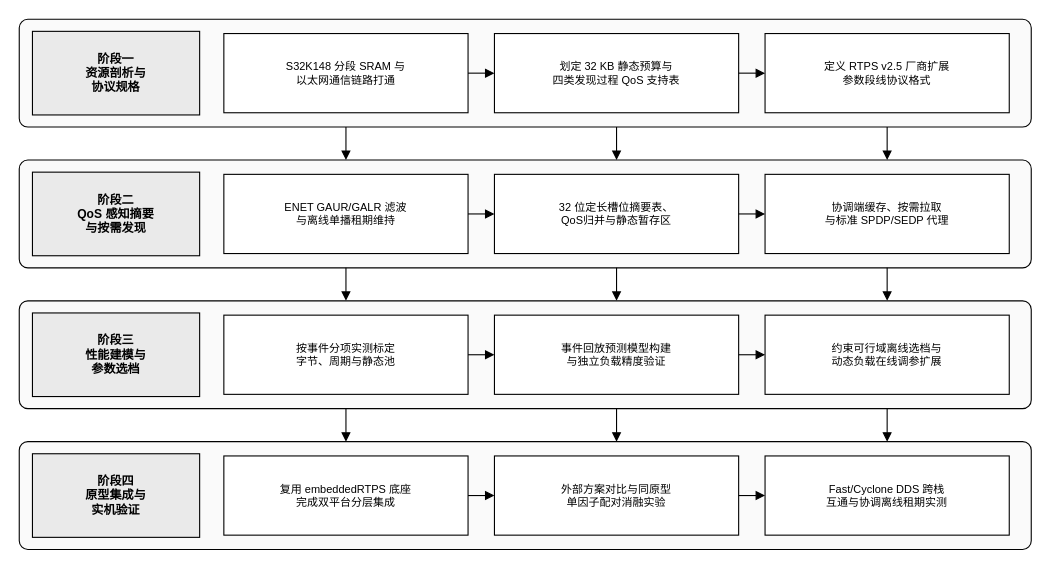
fansunjia-glitch/dds_control keeps this draw.io diagram as page "图6_四阶段技术路线图" (6 of 6) of 开题初稿2.drawio. Above is the earlier version. Source tidied: cells renumbered, new cells numbered last; positions are measured from the earlier drawing's top-left corner, leaving out a move shared by most shapes. Both pictures are drawn from the tidied source at 110%, with x=0, y=0 at pixel (19, 19).
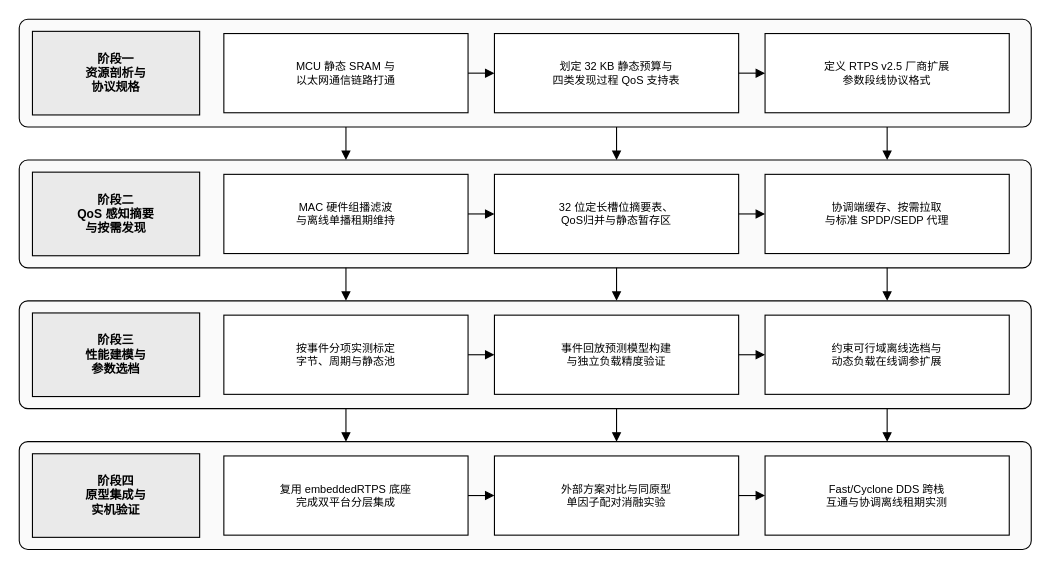
The same page after the edit.

Commit message:
更新开题初稿2.drawio

The edit, as a diff of the source:
```diff
@@
-    <mxCell id="4" value="S32K148 分段 SRAM 与&lt;br&gt;以太网通信链路打通" style="rounded=0;whiteSpace=wrap;html=1;fillColor=#FFFFFF;strokeColor=#000000;fontColor=#000000;fontFamily=Microsoft YaHei;fontSize=10;" parent="1" vertex="1">
+    <mxCell id="4" value="MCU 静态&amp;nbsp;SRAM 与&lt;br&gt;以太网通信链路打通" style="rounded=0;whiteSpace=wrap;html=1;fillColor=#FFFFFF;strokeColor=#000000;fontColor=#000000;fontFamily=Microsoft YaHei;fontSize=10;" parent="1" vertex="1">
       <mxGeometry x="186" y="13" width="222" height="72" as="geometry" />
     </mxCell>
@@
-    <mxCell id="14" value="ENET GAUR/GALR 滤波&lt;br&gt;与离线单播租期维持" style="rounded=0;whiteSpace=wrap;html=1;fillColor=#FFFFFF;strokeColor=#000000;fontColor=#000000;fontFamily=Microsoft YaHei;fontSize=10;" parent="1" vertex="1">
+    <mxCell id="14" value="MAC 硬件组播滤波&lt;div&gt;与离线单播租期维持&lt;/div&gt;" style="rounded=0;whiteSpace=wrap;html=1;fillColor=#FFFFFF;strokeColor=#000000;fontColor=#000000;fontFamily=Microsoft YaHei;fontSize=10;" parent="1" vertex="1">
       <mxGeometry x="186" y="141" width="222" height="72" as="geometry" />
     </mxCell>
```
